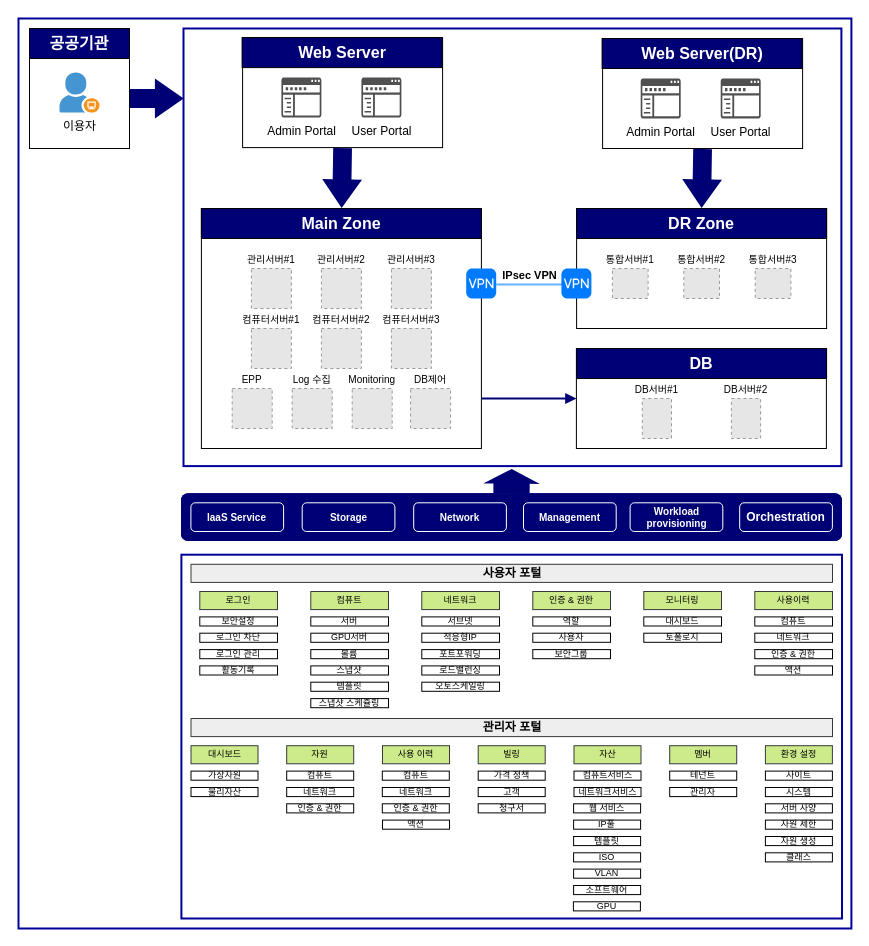
The draw.io diagram G-Cloud IT_시스템 구성도_v.0.4_23.11.02 (2).drawio in GoodNara/Architecture-Diagram, before the edit. Source tidied: cells renumbered, new cells numbered last; positions are measured from the earlier drawing's top-left corner, leaving out a move shared by most shapes. Both pictures are drawn from the tidied source at 100%, with x=0, y=0 at pixel (18, 18). Pictures stored in the file or linked from it are replaced by grey dashed boxes.
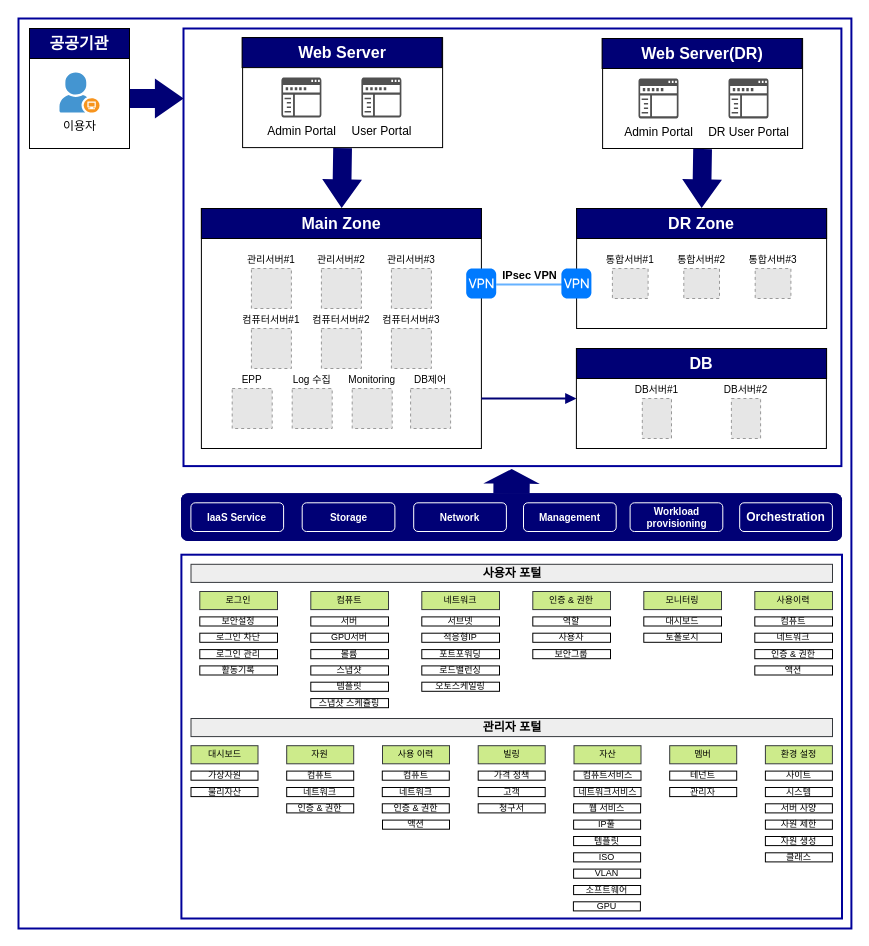
After the change.

Commit message:
G-Cloud IT_시스템 구성도_v.0.4_23.11.02 (2).drawio 업데이트

The edit, as a diff of the source:
```diff
@@
     <mxCell id="120" value="Admin Portal" style="sketch=0;shadow=0;dashed=0;html=1;strokeColor=none;labelPosition=center;verticalLabelPosition=bottom;verticalAlign=top;align=center;fillColor=#505050;shape=mxgraph.mscae.intune.company_portal;" parent="1" vertex="1">
-      <mxGeometry x="622.2" y="60" width="40" height="40" as="geometry" />
+      <mxGeometry x="620" y="60" width="40" height="40" as="geometry" />
     </mxCell>
-    <mxCell id="121" value="User Portal" style="sketch=0;shadow=0;dashed=0;html=1;strokeColor=none;labelPosition=center;verticalLabelPosition=bottom;verticalAlign=top;align=center;fillColor=#505050;shape=mxgraph.mscae.intune.company_portal;" parent="1" vertex="1">
-      <mxGeometry x="702.2" y="60" width="40" height="40" as="geometry" />
+    <mxCell id="121" value="DR User Portal" style="sketch=0;shadow=0;dashed=0;html=1;strokeColor=none;labelPosition=center;verticalLabelPosition=bottom;verticalAlign=top;align=center;fillColor=#505050;shape=mxgraph.mscae.intune.company_portal;" parent="1" vertex="1">
+      <mxGeometry x="710" y="60" width="40" height="40" as="geometry" />
     </mxCell>
```
